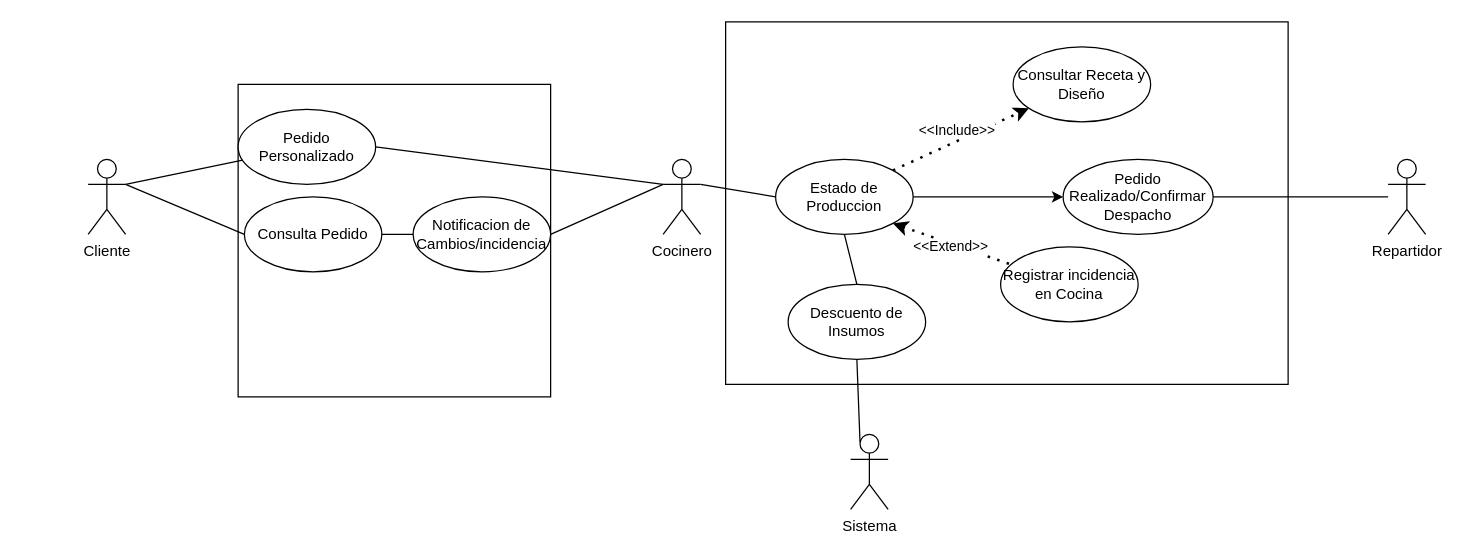
This is Diagramas_Caso_de_Uso/Diagrama de casos de uso (orden de trabajo).drawio from jorgeortizcastillo2020-hue/MSI_JJ_PARADIGMA4-1_IEC_N2_C1, a draw.io file, before an edit. Source tidied: cells renumbered, new cells numbered last; positions are measured from the earlier drawing's top-left corner, leaving out a move shared by most shapes. Both pictures are drawn from the tidied source at 125%, with x=0, y=0 at pixel (88, 21).
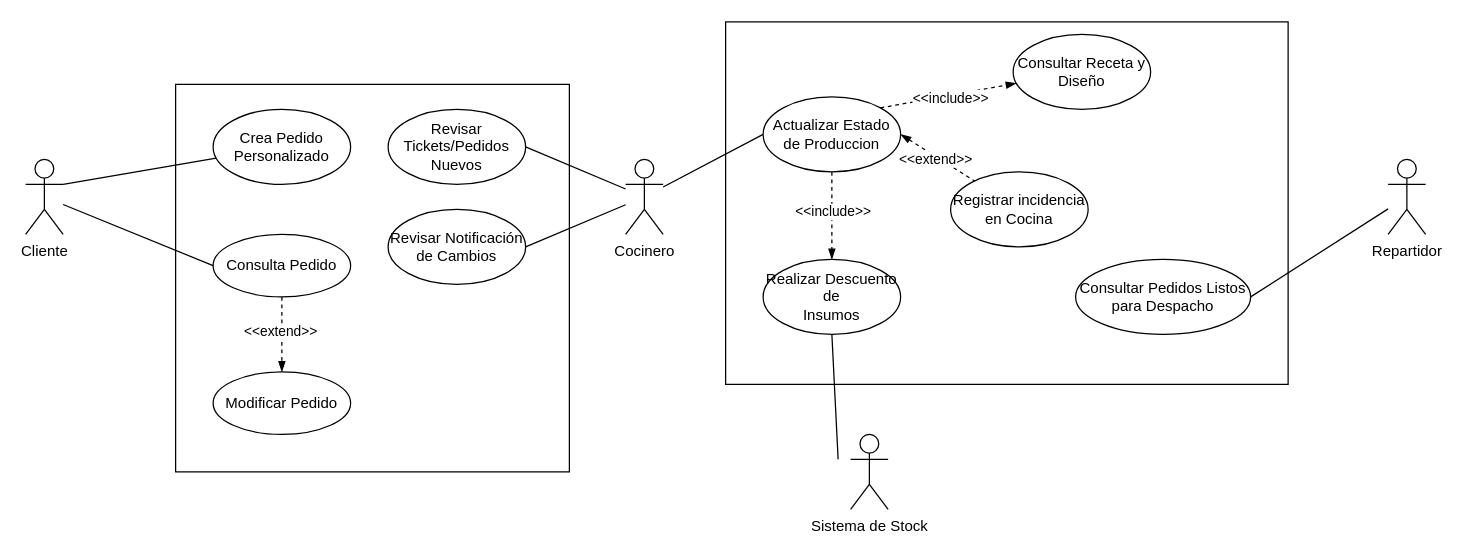
The same page after the edit.

Diff of the diagram source:
```diff
@@
-    <mxCell id="3" style="rounded=0;jettySize=auto;html=1;exitX=0;exitY=0.3333333333333333;exitDx=0;exitDy=0;exitPerimeter=0;entryX=1;entryY=0.5;entryDx=0;entryDy=0;defaultLabelBackgroundColor=page;endArrow=none;endFill=0;" parent="1" edge="1" source="5" target="19">
-      <mxGeometry relative="1" as="geometry" />
-    </mxCell>
-    <mxCell id="4" style="rounded=0;jettySize=auto;html=1;exitX=1;exitY=0.3333333333333333;exitDx=0;exitDy=0;exitPerimeter=0;entryX=0;entryY=0.5;entryDx=0;entryDy=0;defaultLabelBackgroundColor=page;endArrow=none;endFill=0;" parent="1" edge="1" source="5" target="14">
+    <mxCell id="4" style="rounded=0;jettySize=auto;html=1;entryX=0;entryY=0.5;entryDx=0;entryDy=0;defaultLabelBackgroundColor=page;endArrow=none;endFill=0;" parent="1" edge="1" source="5" target="14">
       <mxGeometry relative="1" as="geometry" />
     </mxCell>
     <mxCell id="5" value="Cocinero" style="shape=umlActor;verticalLabelPosition=bottom;verticalAlign=top;html=1;outlineConnect=0;labelPerimeter=1;" parent="1" vertex="1">
-      <mxGeometry x="460" y="110" width="30" height="60" as="geometry" />
+      <mxGeometry x="430" y="110" width="30" height="60" as="geometry" />
     </mxCell>
     <mxCell id="6" style="rounded=0;whiteSpace=wrap;html=1;" parent="1" vertex="1">
-      <mxGeometry x="120" y="50" width="250" height="250" as="geometry" />
+      <mxGeometry x="70" y="50" width="315" height="310" as="geometry" />
     </mxCell>
-    <mxCell id="7" value="Pedido Personalizado" style="ellipse;whiteSpace=wrap;html=1;shapeInside=1;" parent="1" vertex="1">
-      <mxGeometry x="120" y="70" width="110" height="60" as="geometry" />
+    <mxCell id="7" value="Crea Pedido Personalizado" style="ellipse;whiteSpace=wrap;html=1;shapeInside=1;" parent="1" vertex="1">
+      <mxGeometry x="100" y="70" width="110" height="60" as="geometry" />
     </mxCell>
@@
-    <mxCell id="9" style="rounded=0;jettySize=auto;html=1;exitX=1;exitY=0.3333333333333333;exitDx=0;exitDy=0;exitPerimeter=0;entryX=0;entryY=0.5;entryDx=0;entryDy=0;defaultLabelBackgroundColor=page;endArrow=none;endFill=0;" parent="1" edge="1" source="10" target="17">
+    <mxCell id="9" style="rounded=0;jettySize=auto;html=1;entryX=0;entryY=0.5;entryDx=0;entryDy=0;defaultLabelBackgroundColor=page;endArrow=none;endFill=0;" parent="1" edge="1" source="10" target="17">
       <mxGeometry relative="1" as="geometry" />
     </mxCell>
     <mxCell id="10" value="Cliente" style="shape=umlActor;verticalLabelPosition=bottom;verticalAlign=top;html=1;outlineConnect=0;labelPerimeter=1;" parent="1" vertex="1">
-      <mxGeometry y="110" width="30" height="60" as="geometry" />
+      <mxGeometry x="-50" y="110" width="30" height="60" as="geometry" />
     </mxCell>
-    <mxCell id="11" style="rounded=0;jettySize=auto;html=1;exitX=1;exitY=0.5;exitDx=0;exitDy=0;entryX=0;entryY=0.3333333333333333;entryDx=0;entryDy=0;entryPerimeter=0;defaultLabelBackgroundColor=page;endArrow=none;endFill=0;" parent="1" edge="1" source="7" target="5">
-      <mxGeometry relative="1" as="geometry" />
-    </mxCell>
-    <mxCell id="12" style="edgeStyle=orthogonalEdgeStyle;rounded=0;jettySize=auto;html=1;exitX=1;exitY=0.5;exitDx=0;exitDy=0;entryX=0;entryY=0.5;entryDx=0;entryDy=0;defaultLabelBackgroundColor=page;" parent="1" edge="1" source="14" target="25">
-      <mxGeometry relative="1" as="geometry" />
-    </mxCell>
-    <mxCell id="13" style="rounded=0;jettySize=auto;html=1;exitX=0.5;exitY=1;exitDx=0;exitDy=0;entryX=0.5;entryY=0;entryDx=0;entryDy=0;defaultLabelBackgroundColor=page;endArrow=none;endFill=0;" parent="1" edge="1" source="14" target="27">
+    <mxCell id="13" style="rounded=0;jettySize=auto;html=1;exitX=0.5;exitY=1;exitDx=0;exitDy=0;entryX=0.5;entryY=0;entryDx=0;entryDy=0;defaultLabelBackgroundColor=page;endArrow=blockThin;endFill=1;dashed=1;" parent="1" edge="1" source="14" target="27">
       <mxGeometry relative="1" as="geometry" />
     </mxCell>
+    <mxCell id="30" value="&amp;lt;&amp;lt;include&amp;gt;&amp;gt;" style="edgeLabel;html=1;align=center;verticalAlign=middle;inheritText=1;defaultLabelBackgroundColor=page;" parent="13" vertex="1">
+      <mxGeometry x="-0.12" relative="1" as="geometry" />
+    </mxCell>
-    <mxCell id="14" value="Estado de Produccion" style="ellipse;whiteSpace=wrap;html=1;shapeInside=1;" parent="1" vertex="1">
-      <mxGeometry x="550" y="110" width="110" height="60" as="geometry" />
+    <mxCell id="14" value="Actualizar Estado de Produccion" style="ellipse;whiteSpace=wrap;html=1;shapeInside=1;" parent="1" vertex="1">
+      <mxGeometry x="540" y="60" width="110" height="60" as="geometry" />
     </mxCell>
     <mxCell id="15" value="Consultar Receta y Diseño" style="ellipse;whiteSpace=wrap;html=1;shapeInside=1;" parent="1" vertex="1">
-      <mxGeometry x="740" y="20" width="110" height="60" as="geometry" />
+      <mxGeometry x="740" y="10" width="110" height="60" as="geometry" />
     </mxCell>
     <mxCell id="16" value="Registrar incidencia en Cocina" style="ellipse;whiteSpace=wrap;html=1;shapeInside=1;" parent="1" vertex="1">
-      <mxGeometry x="730" y="180" width="110" height="60" as="geometry" />
+      <mxGeometry x="690" y="120" width="110" height="60" as="geometry" />
     </mxCell>
+    <mxCell id="31" style="edgeStyle=none;shape=connector;rounded=0;jettySize=auto;html=1;exitX=0.5;exitY=1;exitDx=0;exitDy=0;entryX=0.5;entryY=0;entryDx=0;entryDy=0;strokeColor=default;align=center;verticalAlign=middle;fontFamily=Helvetica;fontSize=11;fontColor=default;labelBackgroundColor=default;defaultLabelBackgroundColor=page;labelPadding=0 4;startArrow=none;startFill=0;endArrow=blockThin;endFill=1;dashed=1;" parent="1" edge="1" source="17" target="34">
+      <mxGeometry relative="1" as="geometry" />
+    </mxCell>
+    <mxCell id="32" value="&amp;lt;&amp;lt;extend&amp;gt;&amp;gt;" style="edgeLabel;html=1;align=center;verticalAlign=middle;inheritText=1;defaultLabelBackgroundColor=page;labelPadding=0 4;" parent="31" vertex="1">
+      <mxGeometry x="-0.11" y="-1" relative="1" as="geometry">
+        <mxPoint x="-1" as="offset" />
+      </mxGeometry>
+    </mxCell>
     <mxCell id="17" value="Consulta Pedido" style="ellipse;whiteSpace=wrap;html=1;shapeInside=1;" parent="1" vertex="1">
-      <mxGeometry x="125" y="140" width="110" height="60" as="geometry" />
+      <mxGeometry x="100" y="170" width="110" height="50" as="geometry" />
     </mxCell>
-    <mxCell id="18" style="rounded=0;jettySize=auto;html=1;exitX=0;exitY=0.5;exitDx=0;exitDy=0;entryX=1;entryY=0.5;entryDx=0;entryDy=0;defaultLabelBackgroundColor=page;endArrow=none;endFill=0;" parent="1" edge="1" source="19" target="17">
-      <mxGeometry relative="1" as="geometry" />
-    </mxCell>
+    <mxCell id="33" style="edgeStyle=none;shape=connector;rounded=0;jettySize=auto;html=1;exitX=1;exitY=0.5;exitDx=0;exitDy=0;strokeColor=default;align=center;verticalAlign=middle;fontFamily=Helvetica;fontSize=11;fontColor=default;labelBackgroundColor=default;defaultLabelBackgroundColor=page;labelPadding=0 4;startArrow=none;startFill=0;endArrow=none;endFill=0;" parent="1" edge="1" source="19" target="5">
+      <mxGeometry relative="1" as="geometry" />
+    </mxCell>
-    <mxCell id="19" value="Notificacion de Cambios/incidencia" style="ellipse;whiteSpace=wrap;html=1;shapeInside=1;" parent="1" vertex="1">
-      <mxGeometry x="260" y="140" width="110" height="60" as="geometry" />
+    <mxCell id="19" value="Revisar Notificación de Cambios" style="ellipse;whiteSpace=wrap;html=1;shapeInside=1;" parent="1" vertex="1">
+      <mxGeometry x="240" y="150" width="110" height="60" as="geometry" />
     </mxCell>
-    <mxCell id="20" style="endArrow=none;dashed=1;html=1;dashPattern=1 3;strokeWidth=2;rounded=0;defaultLabelBackgroundColor=page;exitX=1;exitY=1;exitDx=0;exitDy=0;startArrow=classic;startFill=1;" parent="1" edge="1" source="14" target="16">
+    <mxCell id="20" style="endArrow=none;dashed=1;html=1;strokeWidth=1;rounded=0;defaultLabelBackgroundColor=page;exitX=1;exitY=0.5;exitDx=0;exitDy=0;startArrow=blockThin;startFill=1;" parent="1" edge="1" source="14" target="16">
       <mxGeometry relative="1" as="geometry" />
     </mxCell>
-    <mxCell id="21" value="&amp;lt;&amp;lt;Extend&amp;gt;&amp;gt;" style="edgeLabel;html=1;align=center;verticalAlign=middle;inheritText=1;defaultLabelBackgroundColor=page;" parent="20" vertex="1">
+    <mxCell id="21" value="&amp;lt;&amp;lt;extend&amp;gt;&amp;gt;" style="edgeLabel;html=1;align=center;verticalAlign=middle;inheritText=1;defaultLabelBackgroundColor=page;" parent="20" vertex="1">
       <mxGeometry x="-0.02" y="-2" relative="1" as="geometry" />
     </mxCell>
-    <mxCell id="22" style="endArrow=classic;dashed=1;html=1;dashPattern=1 3;strokeWidth=2;rounded=0;defaultLabelBackgroundColor=page;exitX=1;exitY=0;exitDx=0;exitDy=0;endFill=1;" parent="1" edge="1" source="14" target="15">
+    <mxCell id="22" style="endArrow=blockThin;dashed=1;html=1;strokeWidth=1;rounded=0;defaultLabelBackgroundColor=page;exitX=1;exitY=0;exitDx=0;exitDy=0;endFill=1;" parent="1" edge="1" source="14" target="15">
       <mxGeometry relative="1" as="geometry" />
     </mxCell>
-    <mxCell id="23" value="&amp;lt;&amp;lt;Include&amp;gt;&amp;gt;" style="edgeLabel;html=1;align=center;verticalAlign=middle;inheritText=1;defaultLabelBackgroundColor=page;" parent="22" vertex="1">
-      <mxGeometry x="-0.01" y="8" relative="1" as="geometry" />
+    <mxCell id="23" value="&amp;lt;&amp;lt;include&amp;gt;&amp;gt;" style="edgeLabel;html=1;align=center;verticalAlign=middle;inheritText=1;defaultLabelBackgroundColor=page;" parent="22" vertex="1">
+      <mxGeometry x="-0.01" y="8" relative="1" as="geometry">
+        <mxPoint x="3" y="9" as="offset" />
+      </mxGeometry>
     </mxCell>
@@
-    <mxCell id="25" value="Pedido Realizado/Confirmar Despacho" style="ellipse;whiteSpace=wrap;html=1;shapeInside=1;" parent="1" vertex="1">
-      <mxGeometry x="780" y="110" width="120" height="60" as="geometry" />
+    <mxCell id="25" value="Consultar Pedidos Listos para Despacho" style="ellipse;whiteSpace=wrap;html=1;shapeInside=1;" parent="1" vertex="1">
+      <mxGeometry x="790" y="190" width="140" height="60" as="geometry" />
     </mxCell>
@@
-    <mxCell id="27" value="Descuento de&lt;div&gt;Insumos&lt;/div&gt;" style="ellipse;whiteSpace=wrap;html=1;shapeInside=1;" parent="1" vertex="1">
-      <mxGeometry x="560" y="210" width="110" height="60" as="geometry" />
+    <mxCell id="27" value="Realizar Descuento de&lt;div&gt;Insumos&lt;/div&gt;" style="ellipse;whiteSpace=wrap;html=1;shapeInside=1;" parent="1" vertex="1">
+      <mxGeometry x="540" y="190" width="110" height="60" as="geometry" />
     </mxCell>
-    <mxCell id="28" value="Sistema" style="shape=umlActor;verticalLabelPosition=bottom;verticalAlign=top;html=1;outlineConnect=0;labelPerimeter=1;" parent="1" vertex="1">
+    <mxCell id="28" value="Sistema de Stock" style="shape=umlActor;verticalLabelPosition=bottom;verticalAlign=top;html=1;outlineConnect=0;labelPerimeter=1;" parent="1" vertex="1">
       <mxGeometry x="610" y="330" width="30" height="60" as="geometry" />
     </mxCell>
-    <mxCell id="29" style="rounded=0;jettySize=auto;html=1;exitX=0.5;exitY=1;exitDx=0;exitDy=0;entryX=0.25;entryY=0.1;entryDx=0;entryDy=0;entryPerimeter=0;defaultLabelBackgroundColor=page;endArrow=none;endFill=0;" parent="1" edge="1" source="27" target="28">
-      <mxGeometry relative="1" as="geometry" />
+    <mxCell id="29" style="rounded=0;jettySize=auto;html=1;exitX=0.5;exitY=1;exitDx=0;exitDy=0;defaultLabelBackgroundColor=page;endArrow=none;endFill=0;" parent="1" edge="1" source="27">
+      <mxGeometry relative="1" as="geometry">
+        <mxPoint x="600" y="350" as="targetPoint" />
+      </mxGeometry>
     </mxCell>
+    <mxCell id="34" value="Modificar Pedido" style="ellipse;whiteSpace=wrap;html=1;shapeInside=1;" parent="1" vertex="1">
+      <mxGeometry x="100" y="280" width="110" height="50" as="geometry" />
+    </mxCell>
+    <mxCell id="35" style="edgeStyle=none;shape=connector;rounded=0;jettySize=auto;html=1;exitX=1;exitY=0.5;exitDx=0;exitDy=0;strokeColor=default;align=center;verticalAlign=middle;fontFamily=Helvetica;fontSize=11;fontColor=default;labelBackgroundColor=default;defaultLabelBackgroundColor=page;labelPadding=0 4;startArrow=none;startFill=0;endArrow=none;endFill=0;" parent="1" edge="1" source="36" target="5">
+      <mxGeometry relative="1" as="geometry" />
+    </mxCell>
+    <mxCell id="36" value="Revisar Tickets/Pedidos Nuevos" style="ellipse;whiteSpace=wrap;html=1;shapeInside=1;" parent="1" vertex="1">
+      <mxGeometry x="240" y="70" width="110" height="60" as="geometry" />
+    </mxCell>
```
